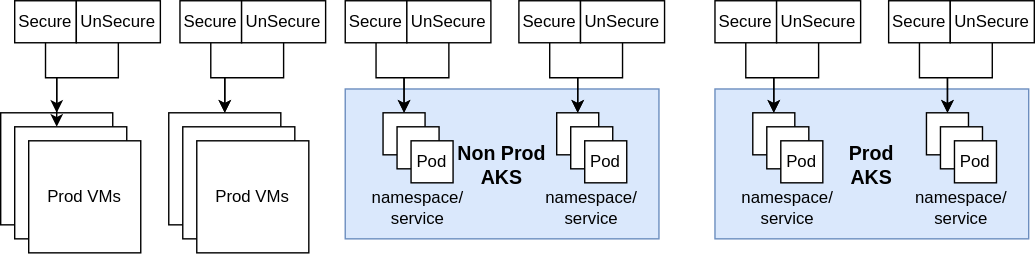
Earlier version of the draw.io export infra/SecureConfigInfrastructure.svg (vjavle/invoicecloud). Source tidied: cells renumbered, new cells last; positions are measured from the earlier drawing's top-left corner, leaving out a move shared by most shapes.
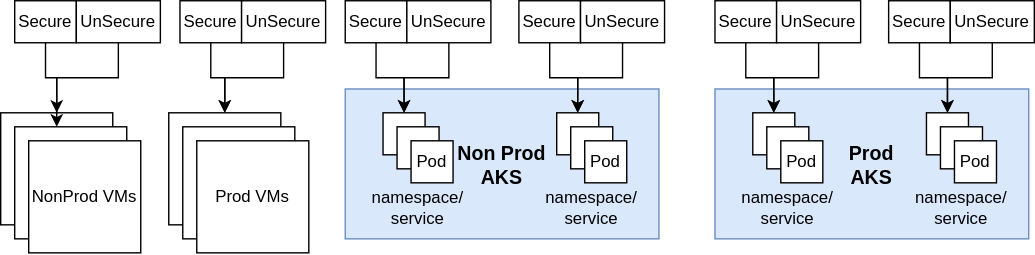
The same diagram one commit later.

What changed in the source:
```diff
@@ -194,7 +194,7 @@
     <mxCell id="65" style="whiteSpace=wrap;html=1;" parent="63" vertex="1">
       <mxGeometry x="10" y="10" width="80" height="80" as="geometry" />
     </mxCell>
-    <mxCell id="66" value="Prod VMs" style="whiteSpace=wrap;html=1;" parent="63" vertex="1">
+    <mxCell id="66" value="NonProd VMs" style="whiteSpace=wrap;html=1;" parent="63" vertex="1">
       <mxGeometry x="20" y="20" width="80" height="80" as="geometry" />
     </mxCell>
     <mxCell id="67" style="group;" parent="62" vertex="1">
```
